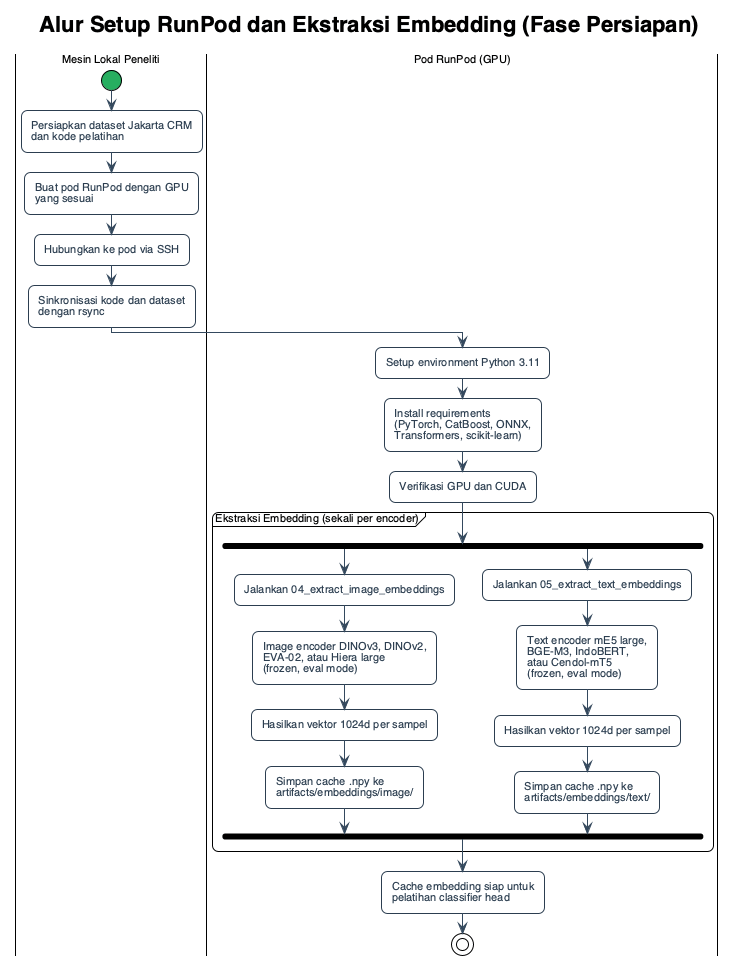
Above: Docs/images/bab_3/activity_runpod_setup.png in 4arkeinlvy/Thesis- (PlantUML), before the change. Its diagram source:
```plantuml
@startuml activity_runpod_setup
!theme plain
skinparam backgroundColor white
skinparam defaultFontName "Helvetica"
skinparam defaultFontSize 11
skinparam activity {
    BackgroundColor #ffffff
    BorderColor #2c3e50
    DiamondBackgroundColor #fef9e7
    DiamondBorderColor #b7950b
    StartColor #27ae60
    EndColor #c0392b
    ArrowColor #34495e
    FontColor #2c3e50
}
skinparam shadowing false
skinparam roundCorner 12

title Alur Setup RunPod dan Ekstraksi Embedding (Fase Persiapan)

|Mesin Lokal Peneliti|
start
:Persiapkan dataset Jakarta CRM\ndan kode pelatihan;
:Buat pod RunPod dengan GPU\nyang sesuai;
:Hubungkan ke pod via SSH;
:Sinkronisasi kode dan dataset\ndengan rsync;

|Pod RunPod (GPU)|
:Setup environment Python 3.11;
:Install requirements\n(PyTorch, CatBoost, ONNX,\nTransformers, scikit-learn);
:Verifikasi GPU dan CUDA;

partition "Ekstraksi Embedding (sekali per encoder)" {
    fork
        :Jalankan 04_extract_image_embeddings;
        :Image encoder DINOv3, DINOv2,\nEVA-02, atau Hiera large\n(frozen, eval mode);
        :Hasilkan vektor 1024d per sampel;
        :Simpan cache .npy ke\nartifacts/embeddings/image/;
    fork again
        :Jalankan 05_extract_text_embeddings;
        :Text encoder mE5 large,\nBGE-M3, IndoBERT,\natau Cendol-mT5\n(frozen, eval mode);
        :Hasilkan vektor 1024d per sampel;
        :Simpan cache .npy ke\nartifacts/embeddings/text/;
    end fork
}

:Cache embedding siap untuk\npelatihan classifier head;
stop

@enduml
```
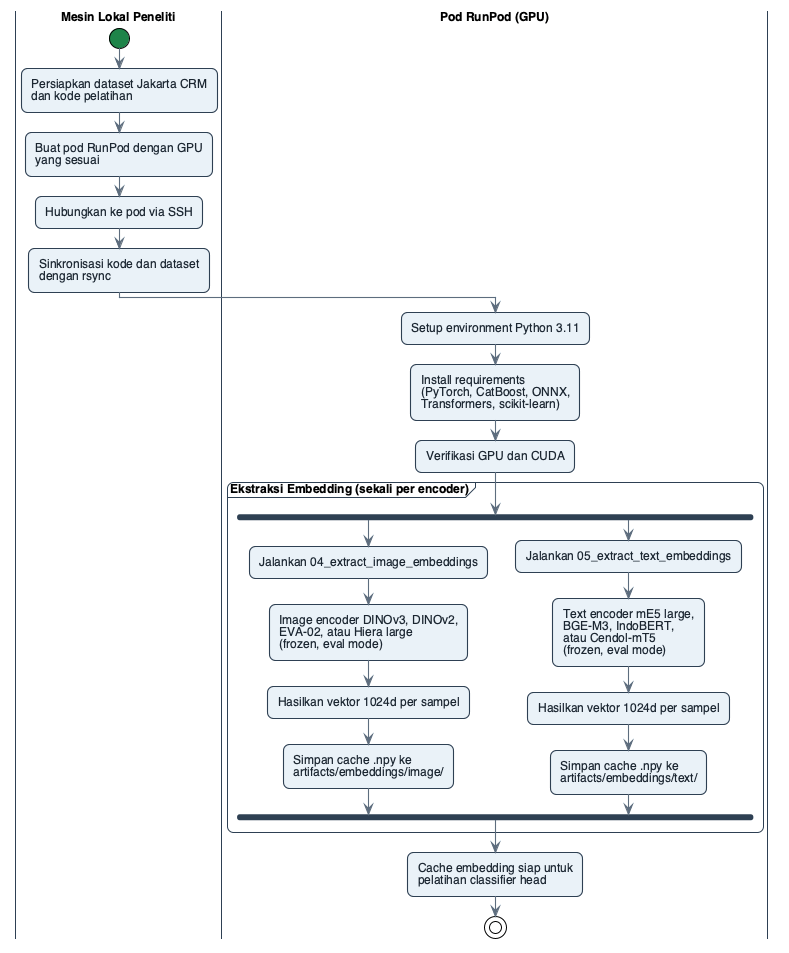
Above is the later version.

Diff of the diagram source:
```diff
@@ -1,22 +1,5 @@
 @startuml activity_runpod_setup
-!theme plain
-skinparam backgroundColor white
-skinparam defaultFontName "Helvetica"
-skinparam defaultFontSize 11
-skinparam activity {
-    BackgroundColor #ffffff
-    BorderColor #2c3e50
-    DiamondBackgroundColor #fef9e7
-    DiamondBorderColor #b7950b
-    StartColor #27ae60
-    EndColor #c0392b
-    ArrowColor #34495e
-    FontColor #2c3e50
-}
-skinparam shadowing false
-skinparam roundCorner 12
-
-title Alur Setup RunPod dan Ekstraksi Embedding (Fase Persiapan)
+!include _thesis_style.puml
 
 |Mesin Lokal Peneliti|
 start
```
